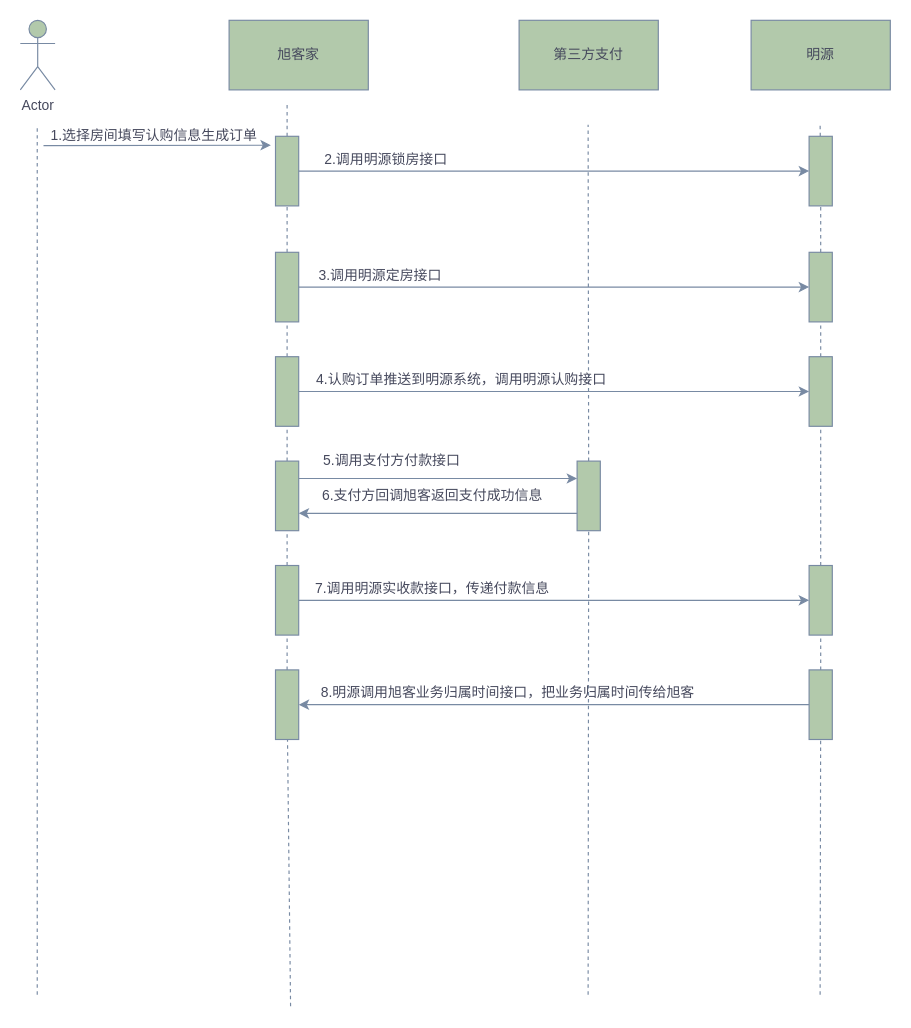
Above: Untitled Diagram.drawio in ToDreamYY/mydreambook (draw.io), before the change. Source tidied: cells renumbered, new cells numbered last; positions are measured from the earlier drawing's top-left corner, leaving out a move shared by most shapes. Both pictures are drawn from the tidied source at 116%, with x=0, y=0 at pixel (20, 20).
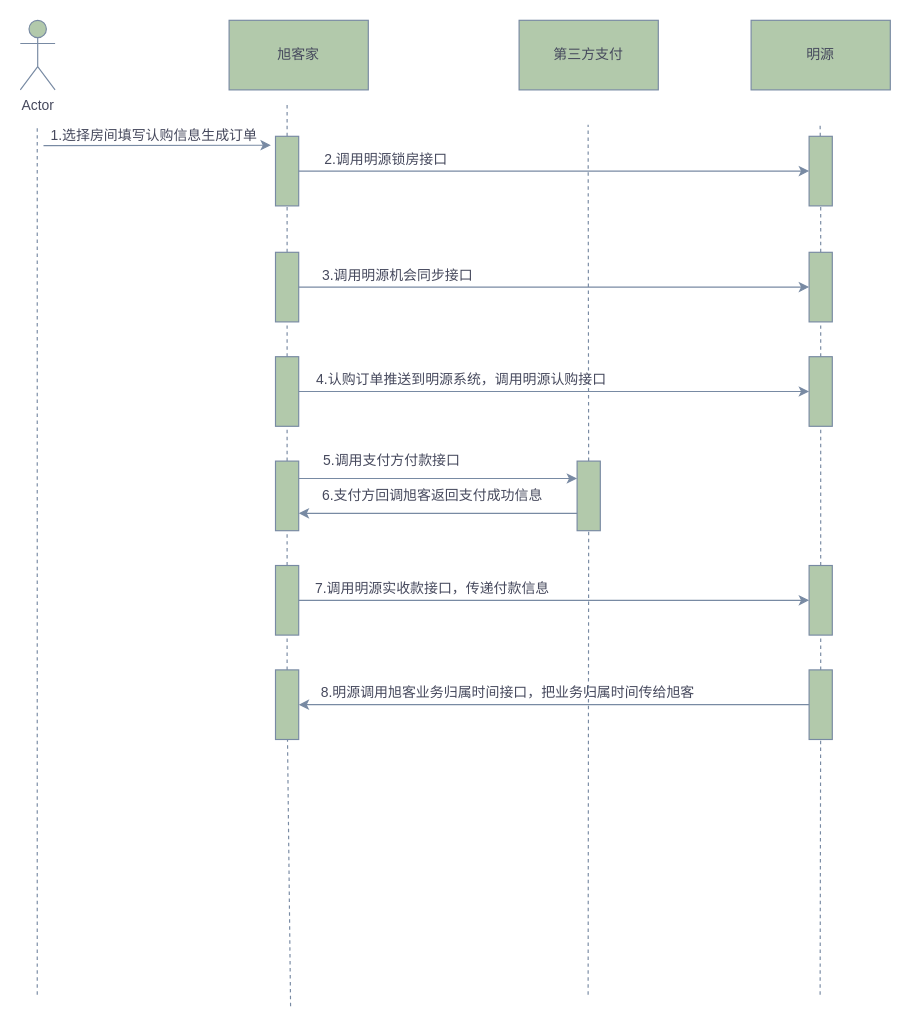
The same page after the edit.

What changed in the source:
```diff
@@
-    <mxCell id="49" value="3.调用明源定房接口" style="text;html=1;align=center;verticalAlign=middle;fontColor=#46495D;" parent="1" vertex="1">
-      <mxGeometry x="250" y="210" width="120" height="20" as="geometry" />
+    <mxCell id="49" value="3.调用明源机会同步接口" style="text;html=1;align=center;verticalAlign=middle;fontColor=#46495D;" parent="1" vertex="1">
+      <mxGeometry x="250" y="210" width="150" height="20" as="geometry" />
     </mxCell>
```
